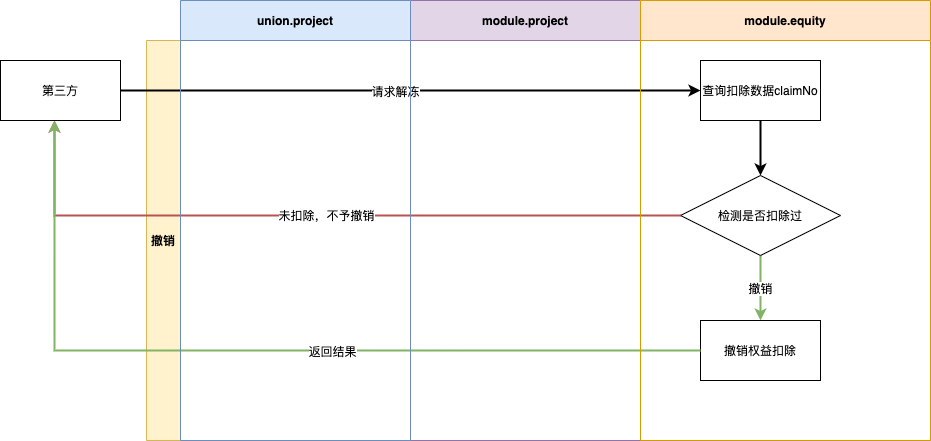
The draw.io diagram 撤销.png in zuoqiang320/uniondrug, before a commit. Source tidied: cells renumbered, new cells last; positions are measured from the earlier drawing's top-left corner, leaving out a move shared by most shapes.
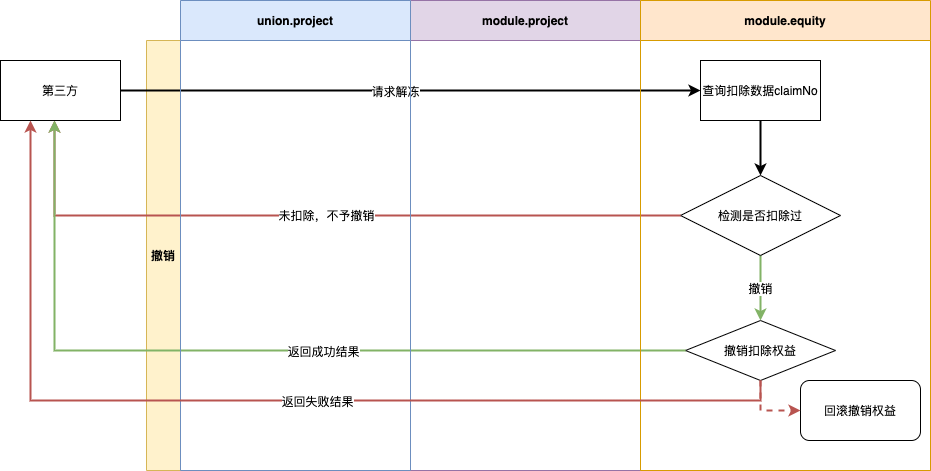
The same diagram one commit later.

Diff of the diagram source:
```diff
@@ -3,20 +3,22 @@
     <mxCell id="0" />
     <mxCell id="1" parent="0" />
     <mxCell id="2" value="撤销" style="swimlane;direction=north;fillColor=#fff2cc;strokeColor=#d6b656;startSize=34;verticalAlign=middle;" parent="1" vertex="1">
-      <mxGeometry x="146" y="40" width="784" height="400" as="geometry" />
+      <mxGeometry x="146" y="40" width="784" height="430" as="geometry" />
     </mxCell>
+    <mxCell id="18" value="撤销扣除权益" style="rhombus;whiteSpace=wrap;html=1;" parent="2" vertex="1">
+      <mxGeometry x="539" y="280" width="150" height="60" as="geometry" />
+    </mxCell>
     <mxCell id="3" value="查询扣除数据claimNo" style="rounded=0;whiteSpace=wrap;html=1;startSize=34;strokeWidth=1;" parent="1" vertex="1">
       <mxGeometry x="700" y="60" width="120" height="60" as="geometry" />
     </mxCell>
-    <mxCell id="4" value="撤销" style="edgeStyle=orthogonalEdgeStyle;rounded=0;jettySize=auto;html=1;exitX=0.5;exitY=1;exitDx=0;exitDy=0;startSize=34;strokeWidth=2;fillColor=#d5e8d4;strokeColor=#82b366;" parent="1" edge="1" source="5" target="6">
-      <mxGeometry relative="1" as="geometry" />
+    <mxCell id="4" value="撤销" style="edgeStyle=orthogonalEdgeStyle;rounded=0;jettySize=auto;html=1;exitX=0.5;exitY=1;exitDx=0;exitDy=0;startSize=34;strokeWidth=2;fillColor=#d5e8d4;strokeColor=#82b366;" parent="1" edge="1" source="5">
+      <mxGeometry relative="1" as="geometry">
+        <mxPoint x="760" y="320" as="targetPoint" />
+      </mxGeometry>
     </mxCell>
     <mxCell id="5" value="检测是否扣除过" style="rhombus;whiteSpace=wrap;html=1;startSize=34;strokeWidth=1;" parent="1" vertex="1">
       <mxGeometry x="680" y="175" width="160" height="80" as="geometry" />
     </mxCell>
-    <mxCell id="6" value="撤销权益扣除" style="rounded=0;whiteSpace=wrap;html=1;startSize=34;strokeWidth=1;" parent="1" vertex="1">
-      <mxGeometry x="700" y="320" width="120" height="60" as="geometry" />
-    </mxCell>
     <mxCell id="7" style="edgeStyle=orthogonalEdgeStyle;rounded=0;jettySize=auto;html=1;exitX=0.5;exitY=1;exitDx=0;exitDy=0;entryX=0.5;entryY=0;entryDx=0;entryDy=0;startSize=34;strokeWidth=2;" parent="1" edge="1" target="5">
       <mxGeometry relative="1" as="geometry">
         <mxPoint x="760" y="120" as="sourcePoint" />
@@ -30,12 +32,12 @@
     <mxCell id="9" value="未扣除，不予撤销" style="edgeLabel;html=1;align=center;verticalAlign=middle;" parent="8" vertex="1">
       <mxGeometry x="-0.02" y="-1" relative="1" as="geometry" />
     </mxCell>
-    <mxCell id="10" style="edgeStyle=orthogonalEdgeStyle;rounded=0;jettySize=auto;html=1;exitX=0;exitY=0.5;exitDx=0;exitDy=0;entryX=0.5;entryY=1;entryDx=0;entryDy=0;startSize=34;strokeWidth=2;fillColor=#d5e8d4;strokeColor=#82b366;" parent="1" edge="1" source="6">
+    <mxCell id="10" style="edgeStyle=orthogonalEdgeStyle;rounded=0;jettySize=auto;html=1;entryX=0.5;entryY=1;entryDx=0;entryDy=0;startSize=34;strokeWidth=2;fillColor=#d5e8d4;strokeColor=#82b366;exitX=0;exitY=0.5;exitDx=0;exitDy=0;" parent="1" edge="1" source="18">
       <mxGeometry relative="1" as="geometry">
         <mxPoint x="54" y="120" as="targetPoint" />
       </mxGeometry>
     </mxCell>
-    <mxCell id="11" value="返回结果" style="edgeLabel;html=1;align=center;verticalAlign=middle;" parent="10" vertex="1">
+    <mxCell id="11" value="返回成功结果" style="edgeLabel;html=1;align=center;verticalAlign=middle;" parent="10" vertex="1">
       <mxGeometry x="-0.16" relative="1" as="geometry" />
     </mxCell>
     <mxCell id="12" style="edgeStyle=orthogonalEdgeStyle;rounded=0;jettySize=auto;html=1;exitX=1;exitY=0.5;exitDx=0;exitDy=0;startSize=34;strokeWidth=2;" parent="1" edge="1" source="14" target="3">
@@ -48,13 +50,25 @@
       <mxGeometry y="60" width="120" height="60" as="geometry" />
     </mxCell>
     <mxCell id="15" value="module.project" style="swimlane;startSize=40;fillColor=#e1d5e7;strokeColor=#9673a6;strokeWidth=1;" parent="1" vertex="1">
-      <mxGeometry x="410" width="230" height="440" as="geometry" />
+      <mxGeometry x="410" width="230" height="470" as="geometry" />
     </mxCell>
     <mxCell id="16" value="module.equity" style="swimlane;startSize=40;fillColor=#ffe6cc;strokeColor=#d79b00;" parent="1" vertex="1">
-      <mxGeometry x="640" width="290" height="440" as="geometry" />
+      <mxGeometry x="640" width="290" height="470" as="geometry" />
     </mxCell>
+    <mxCell id="19" value="回滚撤销权益" style="rounded=1;whiteSpace=wrap;html=1;" parent="16" vertex="1">
+      <mxGeometry x="160" y="380" width="120" height="60" as="geometry" />
+    </mxCell>
     <mxCell id="17" value="union.project" style="swimlane;startSize=40;fillColor=#dae8fc;strokeColor=#6c8ebf;" parent="1" vertex="1">
-      <mxGeometry x="180" width="230" height="440" as="geometry" />
+      <mxGeometry x="180" width="230" height="470" as="geometry" />
     </mxCell>
+    <mxCell id="20" style="edgeStyle=orthogonalEdgeStyle;rounded=0;jettySize=auto;html=1;exitX=0.5;exitY=1;exitDx=0;exitDy=0;entryX=0.25;entryY=1;entryDx=0;entryDy=0;strokeWidth=2;fillColor=#f8cecc;strokeColor=#b85450;" parent="1" edge="1" source="18" target="14">
+      <mxGeometry relative="1" as="geometry" />
+    </mxCell>
+    <mxCell id="21" value="返回失败结果" style="edgeLabel;html=1;align=center;verticalAlign=middle;" parent="20" vertex="1">
+      <mxGeometry x="-0.1" relative="1" as="geometry" />
+    </mxCell>
+    <mxCell id="22" style="edgeStyle=orthogonalEdgeStyle;rounded=0;jettySize=auto;html=1;exitX=0.5;exitY=1;exitDx=0;exitDy=0;entryX=0;entryY=0.5;entryDx=0;entryDy=0;strokeWidth=2;dashed=1;fillColor=#f8cecc;strokeColor=#b85450;" parent="1" edge="1" source="18" target="19">
+      <mxGeometry relative="1" as="geometry" />
+    </mxCell>
   </root>
 </mxGraphModel>
```
